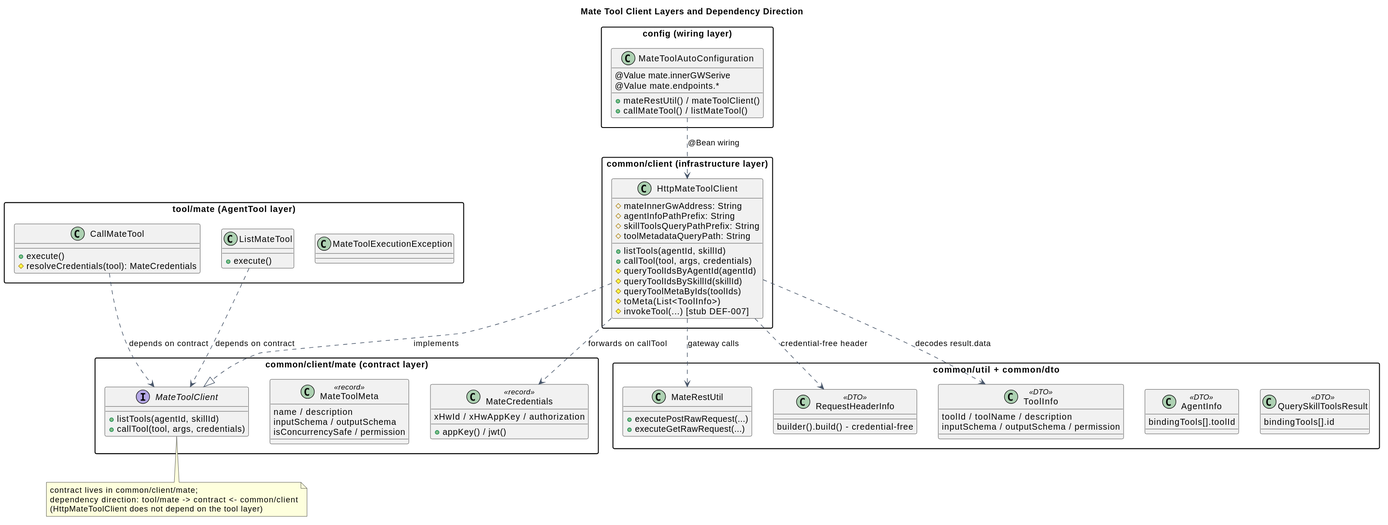
Before: docs/designs/mate-tool-client/mate_tool_client_layers.svg, a diagram exported from PlantUML (2862282695gjh-afk/pi-mono-java).
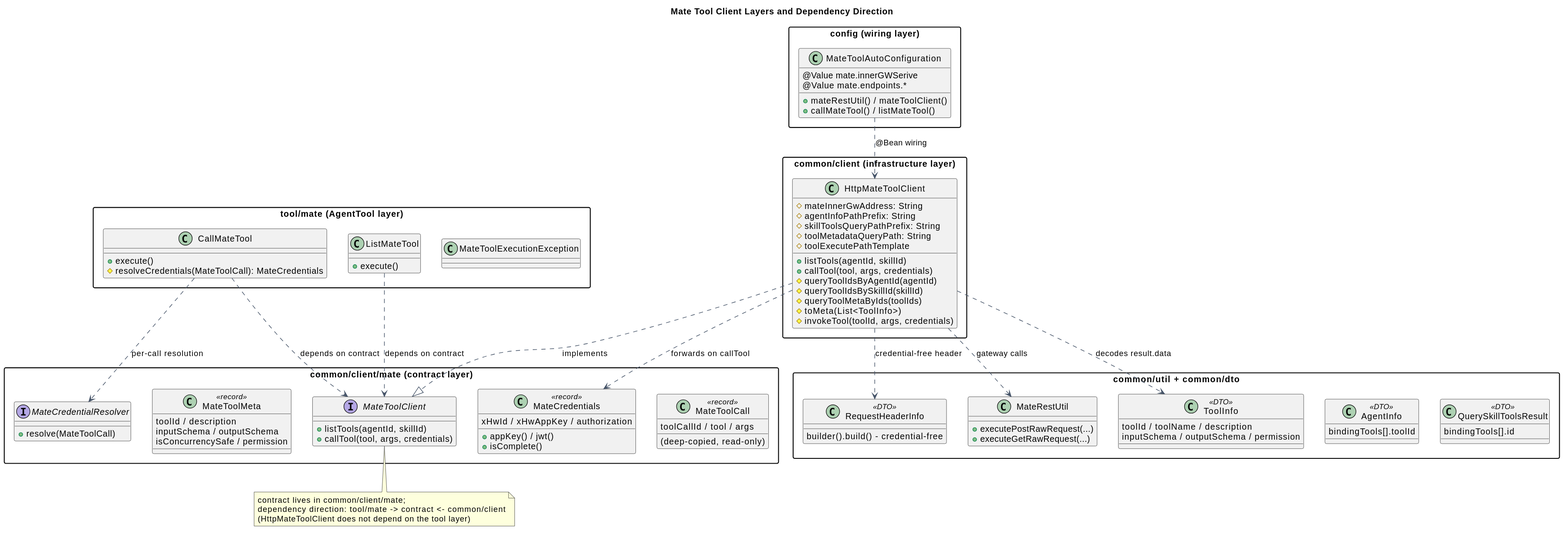
Later version of the same file.

The edit, as a diff of the source:
```diff
@@ -10,7 +10,7 @@
 package "tool/mate (AgentTool layer)" {
   class CallMateTool {
     + execute()
-    # resolveCredentials(tool): MateCredentials
+    # resolveCredentials(MateToolCall): MateCredentials
   }
   class ListMateTool {
     + execute()
@@ -30,7 +30,8 @@
     # queryToolIdsBySkillId(skillId)
     # queryToolMetaByIds(toolIds)
     # toMeta(List<ToolInfo>)
-    # invokeTool(...) [stub DEF-007]
+    # invokeTool(toolId, args, credentials)
+    # toolExecutePathTemplate
   }
 }
 
@@ -40,13 +41,21 @@
     + callTool(tool, args, credentials)
   }
   class MateToolMeta <<record>> {
-    name / description
+    toolId / description
     inputSchema / outputSchema
     isConcurrencySafe / permission
   }
   class MateCredentials <<record>> {
     xHwId / xHwAppKey / authorization
     + appKey() / jwt()
+    + isComplete()
+  }
+  interface MateCredentialResolver {
+    + resolve(MateToolCall)
+  }
+  class MateToolCall <<record>> {
+    toolCallId / tool / args
+    (deep-copied, read-only)
   }
 }
 
@@ -86,6 +95,7 @@
 HttpMateToolClient ..> RequestHeaderInfo : credential-free header
 HttpMateToolClient ..> ToolInfo : decodes result.data
 HttpMateToolClient ..> MateCredentials : forwards on callTool
+CallMateTool ..> MateCredentialResolver : per-call resolution
 MateToolAutoConfiguration ..> HttpMateToolClient : @Bean wiring
 
 note bottom of MateToolClient
```
